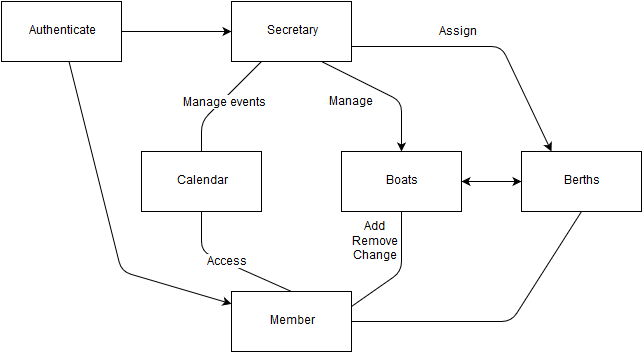
Above: grade_2.png in mo222mw/1dv607 (draw.io), before the change. Source tidied: cells renumbered, new cells last; positions are measured from the earlier drawing's top-left corner, leaving out a move shared by most shapes.
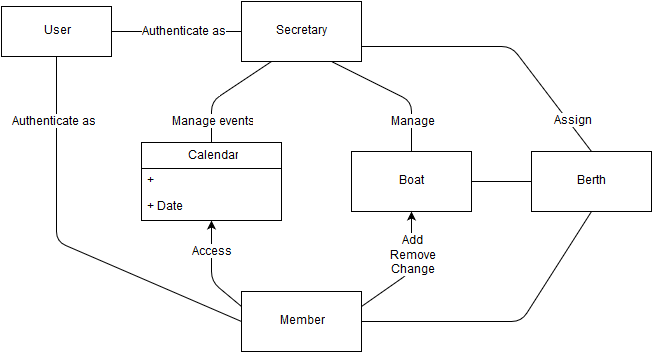
After the commit.

Change to the diagram source:
```diff
@@ -2,52 +2,60 @@
   <root>
     <mxCell id="0" />
     <mxCell id="1" parent="0" />
-    <mxCell id="2" value="Authenticate" style="whiteSpace=wrap;html=1;" parent="1" vertex="1">
-      <mxGeometry width="120" height="60" as="geometry" />
-    </mxCell>
     <mxCell id="3" value="Secretary" style="whiteSpace=wrap;html=1;" parent="1" vertex="1">
       <mxGeometry x="230" width="120" height="60" as="geometry" />
     </mxCell>
     <mxCell id="4" value="Member" style="whiteSpace=wrap;html=1;" parent="1" vertex="1">
       <mxGeometry x="230" y="290" width="120" height="60" as="geometry" />
     </mxCell>
-    <mxCell id="5" style="endArrow=classic;html=1;entryX=0;entryY=0.5;" parent="1" edge="1" source="2" target="3">
+    <mxCell id="5" style="endArrow=none;html=1;entryX=0;entryY=0.5;exitX=1;exitY=0.5;endFill=0;" parent="1" edge="1" source="24" target="3">
       <mxGeometry relative="1" as="geometry" />
     </mxCell>
+    <mxCell id="22" value="Authenticate as&lt;br&gt;" style="text;html=1;align=center;verticalAlign=middle;labelBackgroundColor=#ffffff;" parent="5" vertex="1">
+      <mxGeometry y="2" relative="1" as="geometry">
+        <mxPoint x="5" y="2" as="offset" />
+      </mxGeometry>
+    </mxCell>
-    <mxCell id="6" style="endArrow=classic;html=1;" parent="1" edge="1" source="2" target="4">
+    <mxCell id="6" style="endArrow=none;html=1;exitX=0.5;exitY=1;endFill=0;entryX=0;entryY=0.5;" parent="1" edge="1" source="24" target="4">
       <mxGeometry relative="1" as="geometry">
         <Array as="points">
-          <mxPoint x="120" y="270" />
+          <mxPoint x="45" y="240" />
         </Array>
       </mxGeometry>
     </mxCell>
-    <mxCell id="7" value="Calendar&lt;br&gt;" style="whiteSpace=wrap;html=1;" parent="1" vertex="1">
-      <mxGeometry x="140" y="150" width="120" height="60" as="geometry" />
-    </mxCell>
+    <mxCell id="23" value="Authenticate as&lt;br&gt;" style="text;html=1;align=center;verticalAlign=middle;labelBackgroundColor=#ffffff;" parent="6" vertex="1">
+      <mxGeometry x="-0.41" y="-2" relative="1" as="geometry">
+        <mxPoint x="-3" y="-49" as="offset" />
+      </mxGeometry>
+    </mxCell>
-    <mxCell id="8" style="endArrow=none;html=1;exitX=0.25;exitY=1;endFill=0;" parent="1" edge="1" source="3" target="7">
+    <mxCell id="8" style="endArrow=none;html=1;exitX=0.25;exitY=1;endFill=0;entryX=0.5;entryY=0;" parent="1" edge="1" source="3" target="7">
       <mxGeometry relative="1" as="geometry">
         <Array as="points">
-          <mxPoint x="200" y="120" />
+          <mxPoint x="200" y="100" />
         </Array>
       </mxGeometry>
     </mxCell>
     <mxCell id="9" value="Manage events&lt;br&gt;" style="text;html=1;align=center;verticalAlign=middle;labelBackgroundColor=#ffffff;" parent="8" vertex="1">
-      <mxGeometry x="-0.02" y="3" relative="1" as="geometry" />
+      <mxGeometry x="-0.02" y="3" relative="1" as="geometry">
+        <mxPoint x="-16" y="27" as="offset" />
+      </mxGeometry>
     </mxCell>
-    <mxCell id="10" style="endArrow=none;html=1;entryX=0.5;entryY=0;exitX=0.5;exitY=1;endFill=0;" parent="1" edge="1" source="7" target="4">
+    <mxCell id="10" style="endArrow=none;html=1;endFill=0;exitX=0.5;exitY=1;entryX=0;entryY=0.25;startArrow=classic;startFill=1;" parent="1" edge="1" source="7" target="4">
       <mxGeometry relative="1" as="geometry">
         <Array as="points">
-          <mxPoint x="200" y="250" />
+          <mxPoint x="200" y="280" />
         </Array>
       </mxGeometry>
     </mxCell>
     <mxCell id="11" value="Access" style="text;html=1;align=center;verticalAlign=middle;labelBackgroundColor=#ffffff;" parent="10" vertex="1">
-      <mxGeometry x="-0.03" y="1" relative="1" as="geometry" />
+      <mxGeometry x="-0.03" y="1" relative="1" as="geometry">
+        <mxPoint x="-1" y="-18" as="offset" />
+      </mxGeometry>
     </mxCell>
-    <mxCell id="12" value="Berths" style="whiteSpace=wrap;html=1;" parent="1" vertex="1">
+    <mxCell id="12" value="Berth" style="whiteSpace=wrap;html=1;" parent="1" vertex="1">
       <mxGeometry x="520" y="150" width="120" height="60" as="geometry" />
     </mxCell>
-    <mxCell id="13" style="endArrow=classic;html=1;exitX=1;exitY=0.75;entryX=0.25;entryY=0;" parent="1" edge="1" source="3" target="12">
+    <mxCell id="13" style="endArrow=none;html=1;exitX=1;exitY=0.75;entryX=0.5;entryY=0;endFill=0;" parent="1" edge="1" source="3" target="12">
       <mxGeometry relative="1" as="geometry">
         <Array as="points">
           <mxPoint x="500" y="45" />
@@ -56,13 +64,13 @@
     </mxCell>
     <mxCell id="14" value="Assign&lt;br&gt;" style="text;html=1;align=center;verticalAlign=middle;labelBackgroundColor=#ffffff;" parent="13" vertex="1">
       <mxGeometry x="0.08" y="-5" relative="1" as="geometry">
-        <mxPoint x="-37" y="-20" as="offset" />
+        <mxPoint x="63" y="70" as="offset" />
       </mxGeometry>
     </mxCell>
-    <mxCell id="15" value="Boats" style="whiteSpace=wrap;html=1;" parent="1" vertex="1">
+    <mxCell id="15" value="Boat" style="whiteSpace=wrap;html=1;" parent="1" vertex="1">
       <mxGeometry x="340" y="150" width="120" height="60" as="geometry" />
     </mxCell>
-    <mxCell id="16" style="endArrow=none;html=1;exitX=1;exitY=0.25;entryX=0.5;entryY=1;endFill=0;" parent="1" edge="1" source="4" target="15">
+    <mxCell id="16" style="endArrow=classic;html=1;exitX=1;exitY=0.25;entryX=0.5;entryY=1;endFill=1;startArrow=none;startFill=0;" parent="1" edge="1" source="4" target="15">
       <mxGeometry relative="1" as="geometry">
         <Array as="points">
           <mxPoint x="400" y="270" />
@@ -71,10 +79,10 @@
     </mxCell>
     <mxCell id="17" value="Add&lt;br&gt;Remove&lt;br&gt;Change&lt;br&gt;" style="text;html=1;align=center;verticalAlign=middle;labelBackgroundColor=#ffffff;" parent="16" vertex="1">
       <mxGeometry x="0.36" y="-2" relative="1" as="geometry">
-        <mxPoint x="-29" y="-9" as="offset" />
+        <mxPoint x="-2" y="5" as="offset" />
       </mxGeometry>
     </mxCell>
-    <mxCell id="18" style="endArrow=classic;html=1;entryX=0.5;entryY=0;exitX=0.75;exitY=1;" parent="1" edge="1" source="3" target="15">
+    <mxCell id="18" style="endArrow=none;html=1;entryX=0.5;entryY=0;exitX=0.75;exitY=1;endFill=0;" parent="1" edge="1" source="3" target="15">
       <mxGeometry relative="1" as="geometry">
         <Array as="points">
           <mxPoint x="400" y="100" />
@@ -83,10 +91,10 @@
     </mxCell>
     <mxCell id="19" value="Manage" style="text;html=1;align=center;verticalAlign=middle;labelBackgroundColor=#ffffff;" parent="18" vertex="1">
       <mxGeometry x="-0.22" y="1" relative="1" as="geometry">
-        <mxPoint x="-19" y="17" as="offset" />
+        <mxPoint x="31" y="37" as="offset" />
       </mxGeometry>
     </mxCell>
-    <mxCell id="20" style="endArrow=classic;startArrow=classic;html=1;entryX=0;entryY=0.5;exitX=1;exitY=0.5;" parent="1" edge="1" source="15" target="12">
+    <mxCell id="20" style="endArrow=none;startArrow=none;html=1;entryX=0;entryY=0.5;exitX=1;exitY=0.5;endFill=0;startFill=0;" parent="1" edge="1" source="15" target="12">
       <mxGeometry relative="1" as="geometry" />
     </mxCell>
     <mxCell id="21" style="endArrow=none;html=1;entryX=0.5;entryY=1;exitX=1;exitY=0.5;endFill=0;" parent="1" edge="1" source="4" target="12">
@@ -96,5 +104,17 @@
         </Array>
       </mxGeometry>
     </mxCell>
+    <mxCell id="24" value="User" style="html=1;" parent="1" vertex="1">
+      <mxGeometry x="-10" y="5" width="110" height="50" as="geometry" />
+    </mxCell>
+    <mxCell id="7" value="Calendar" style="swimlane;html=1;fontStyle=0;horizontal=1;startSize=26;fillColor=none;swimlaneFillColor=#ffffff;" parent="1" vertex="1">
+      <mxGeometry x="130" y="141" width="140" height="78" as="geometry" />
+    </mxCell>
+    <mxCell id="25" value="+ Title&lt;br&gt;" style="text;html=1;strokeColor=none;fillColor=none;align=left;verticalAlign=top;spacingLeft=4;spacingRight=4;whiteSpace=wrap;overflow=hidden;" parent="7" vertex="1">
+      <mxGeometry y="26" width="140" height="26" as="geometry" />
+    </mxCell>
+    <mxCell id="26" value="+ Date&lt;br&gt;" style="text;html=1;strokeColor=none;fillColor=none;align=left;verticalAlign=top;spacingLeft=4;spacingRight=4;whiteSpace=wrap;overflow=hidden;" parent="7" vertex="1">
+      <mxGeometry y="52" width="140" height="26" as="geometry" />
+    </mxCell>
   </root>
 </mxGraphModel>
```
